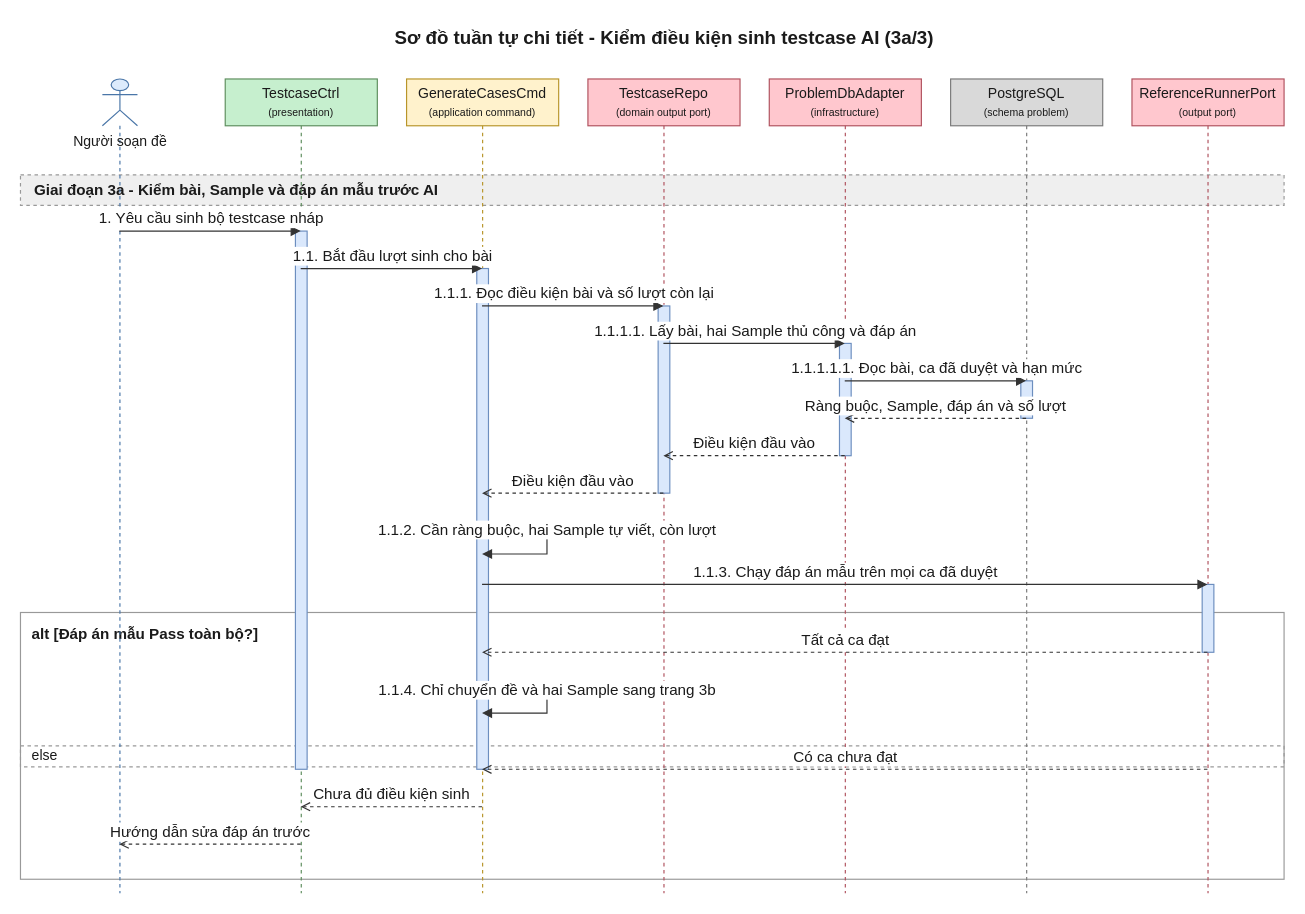
Earlier version of the draw.io diagram 08-diagram/sequence/shared/sequence_shared_quan_ly_testcase_p3.drawio (daiphu1801/PRJ_ALGOPREP). Source tidied: cells renumbered, new cells numbered last; positions are measured from the earlier drawing's top-left corner, leaving out a move shared by most shapes. Both pictures are drawn from the tidied source at 117%, with x=0, y=0 at pixel (20, 20).
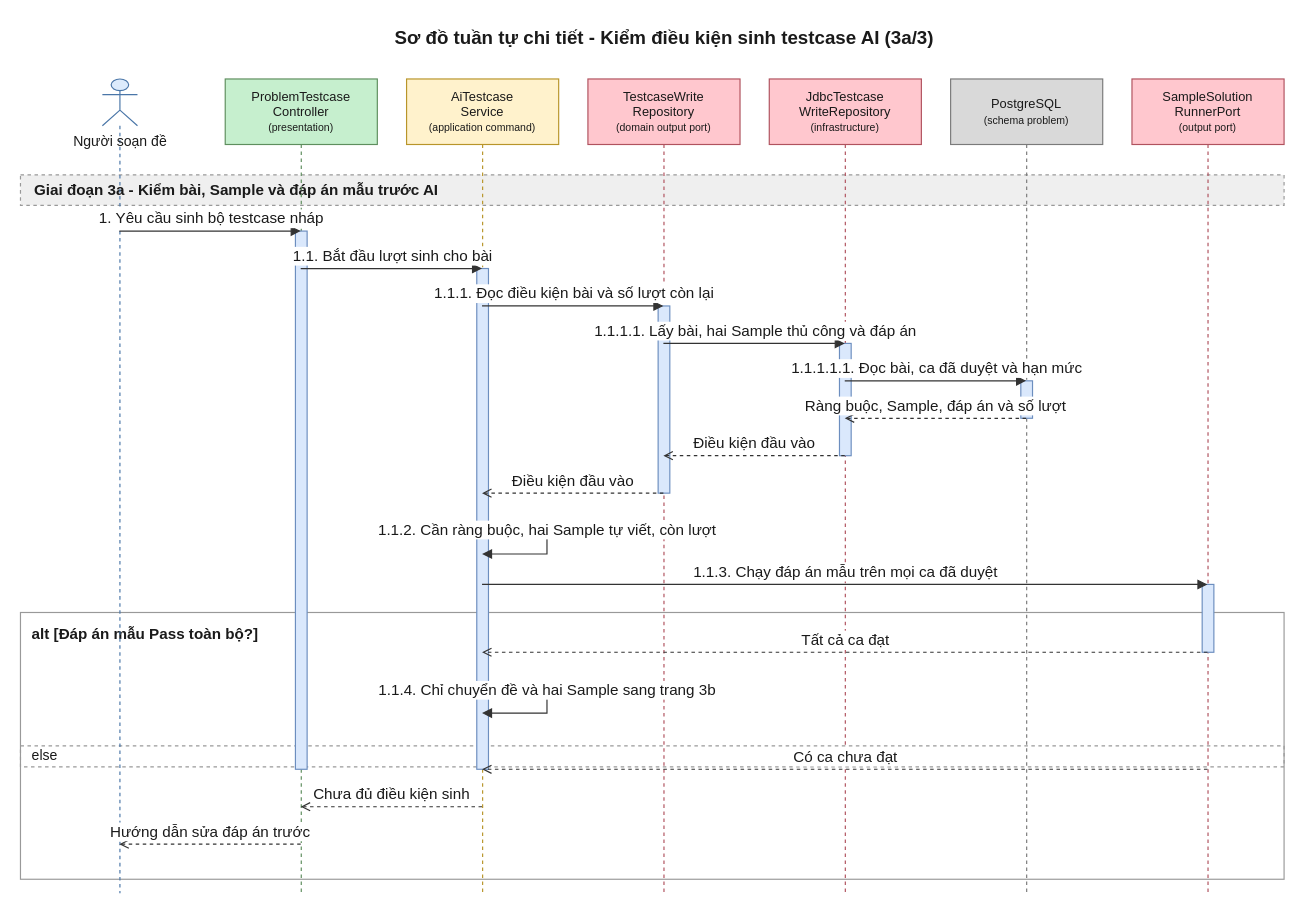
Above is the later version.

What changed in the source:
```diff
@@
-    <mxCell id="7" value="TestcaseCtrl&lt;br&gt;&lt;font style=&quot;font-size:9px&quot;&gt;(presentation)&lt;/font&gt;" style="shape=umlLifeline;perimeter=lifelinePerimeter;whiteSpace=wrap;html=1;outlineConnect=0;size=40;fillColor=#C6EFCE;strokeColor=#5E8E5E;fontColor=#1A1A1A;" parent="1" vertex="1">
+    <mxCell id="7" value="ProblemTestcase&lt;br&gt;Controller&lt;br&gt;&lt;font style=&quot;font-size:9px&quot;&gt;(presentation)&lt;/font&gt;" style="shape=umlLifeline;perimeter=lifelinePerimeter;whiteSpace=wrap;html=1;outlineConnect=0;size=56;fontSize=11;fillColor=#C6EFCE;strokeColor=#5E8E5E;fontColor=#1A1A1A;" parent="1" vertex="1">
       <mxGeometry x="175" y="50" width="130" height="696" as="geometry" />
     </mxCell>
-    <mxCell id="8" value="GenerateCasesCmd&lt;br&gt;&lt;font style=&quot;font-size:9px&quot;&gt;(application command)&lt;/font&gt;" style="shape=umlLifeline;perimeter=lifelinePerimeter;whiteSpace=wrap;html=1;outlineConnect=0;size=40;fillColor=#FFF2CC;strokeColor=#B8952A;fontColor=#1A1A1A;" parent="1" vertex="1">
+    <mxCell id="8" value="AiTestcase&lt;br&gt;Service&lt;br&gt;&lt;font style=&quot;font-size:9px&quot;&gt;(application command)&lt;/font&gt;" style="shape=umlLifeline;perimeter=lifelinePerimeter;whiteSpace=wrap;html=1;outlineConnect=0;size=56;fontSize=11;fillColor=#FFF2CC;strokeColor=#B8952A;fontColor=#1A1A1A;" parent="1" vertex="1">
       <mxGeometry x="330" y="50" width="130" height="696" as="geometry" />
     </mxCell>
-    <mxCell id="9" value="TestcaseRepo&lt;br&gt;&lt;font style=&quot;font-size:9px&quot;&gt;(domain output port)&lt;/font&gt;" style="shape=umlLifeline;perimeter=lifelinePerimeter;whiteSpace=wrap;html=1;outlineConnect=0;size=40;fillColor=#FFC7CE;strokeColor=#B0525E;fontColor=#1A1A1A;" parent="1" vertex="1">
+    <mxCell id="9" value="TestcaseWrite&lt;br&gt;Repository&lt;br&gt;&lt;font style=&quot;font-size:9px&quot;&gt;(domain output port)&lt;/font&gt;" style="shape=umlLifeline;perimeter=lifelinePerimeter;whiteSpace=wrap;html=1;outlineConnect=0;size=56;fontSize=11;fillColor=#FFC7CE;strokeColor=#B0525E;fontColor=#1A1A1A;" parent="1" vertex="1">
       <mxGeometry x="485" y="50" width="130" height="696" as="geometry" />
     </mxCell>
-    <mxCell id="10" value="ProblemDbAdapter&lt;br&gt;&lt;font style=&quot;font-size:9px&quot;&gt;(infrastructure)&lt;/font&gt;" style="shape=umlLifeline;perimeter=lifelinePerimeter;whiteSpace=wrap;html=1;outlineConnect=0;size=40;fillColor=#FFC7CE;strokeColor=#B0525E;fontColor=#1A1A1A;" parent="1" vertex="1">
+    <mxCell id="10" value="JdbcTestcase&lt;br&gt;WriteRepository&lt;br&gt;&lt;font style=&quot;font-size:9px&quot;&gt;(infrastructure)&lt;/font&gt;" style="shape=umlLifeline;perimeter=lifelinePerimeter;whiteSpace=wrap;html=1;outlineConnect=0;size=56;fontSize=11;fillColor=#FFC7CE;strokeColor=#B0525E;fontColor=#1A1A1A;" parent="1" vertex="1">
       <mxGeometry x="640" y="50" width="130" height="696" as="geometry" />
     </mxCell>
-    <mxCell id="11" value="PostgreSQL&lt;br&gt;&lt;font style=&quot;font-size:9px&quot;&gt;(schema problem)&lt;/font&gt;" style="shape=umlLifeline;perimeter=lifelinePerimeter;whiteSpace=wrap;html=1;outlineConnect=0;size=40;fillColor=#D9D9D9;strokeColor=#7A7A7A;fontColor=#1A1A1A;" parent="1" vertex="1">
+    <mxCell id="11" value="PostgreSQL&lt;br&gt;&lt;font style=&quot;font-size:9px&quot;&gt;(schema problem)&lt;/font&gt;" style="shape=umlLifeline;perimeter=lifelinePerimeter;whiteSpace=wrap;html=1;outlineConnect=0;size=56;fontSize=11;fillColor=#D9D9D9;strokeColor=#7A7A7A;fontColor=#1A1A1A;" parent="1" vertex="1">
       <mxGeometry x="795" y="50" width="130" height="696" as="geometry" />
     </mxCell>
-    <mxCell id="12" value="ReferenceRunnerPort&lt;br&gt;&lt;font style=&quot;font-size:9px&quot;&gt;(output port)&lt;/font&gt;" style="shape=umlLifeline;perimeter=lifelinePerimeter;whiteSpace=wrap;html=1;outlineConnect=0;size=40;fillColor=#FFC7CE;strokeColor=#B0525E;fontColor=#1A1A1A;" parent="1" vertex="1">
+    <mxCell id="12" value="SampleSolution&lt;br&gt;RunnerPort&lt;br&gt;&lt;font style=&quot;font-size:9px&quot;&gt;(output port)&lt;/font&gt;" style="shape=umlLifeline;perimeter=lifelinePerimeter;whiteSpace=wrap;html=1;outlineConnect=0;size=56;fontSize=11;fillColor=#FFC7CE;strokeColor=#B0525E;fontColor=#1A1A1A;" parent="1" vertex="1">
       <mxGeometry x="950" y="50" width="130" height="696" as="geometry" />
     </mxCell>
```
